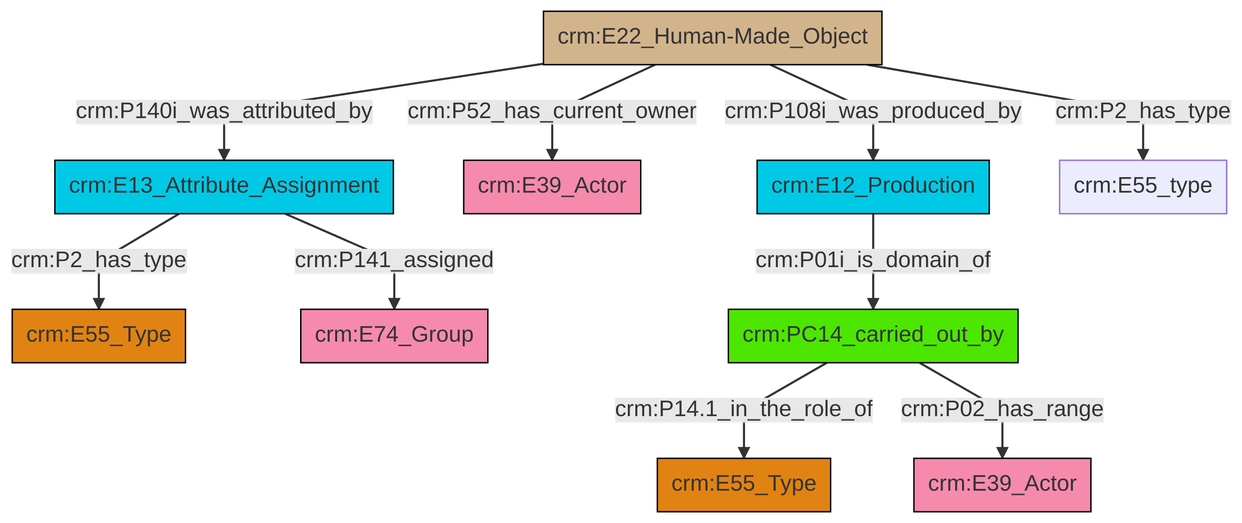
Above: et/builtWorkCSV/ttl/mmd/png/Built_Work_actor_relations.png in swiss-art-research-net/docs.swissartresearch (Mermaid), before the change. Its source is kept beside it as et/builtWorkCSV/ttl/mmd/Built_Work_actor_relations.ttl.mmd.
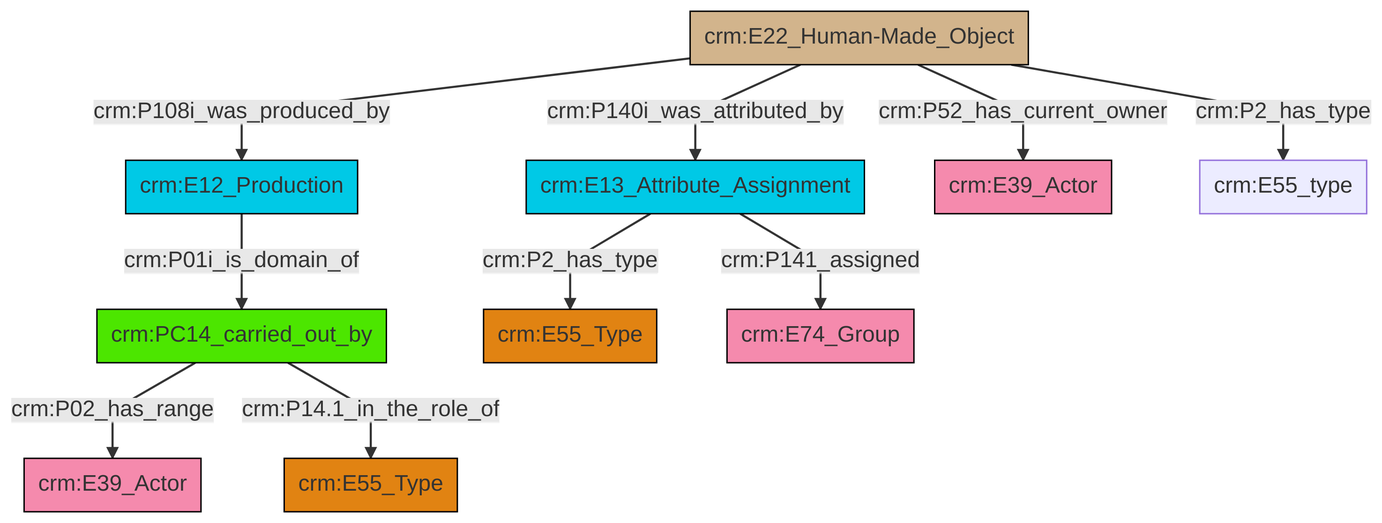
Later version of the same file.

The edit, as a diff of the source:
```diff
@@ -13,12 +13,12 @@
 classDef PC_Classes fill:#4ce600, stroke:#000000;
 classDef Multi fill:#cccccc,stroke:#000000;
 
-2["crm:E22_Human-Made_Object"]:::Physical_Thing -->|crm:P140i_was_attributed_by| 4["crm:E13_Attribute_Assignment"]:::Temporal_Entity
-4["crm:E13_Attribute_Assignment"]:::Temporal_Entity -->|crm:P141_assigned| 5["crm:E74_Group"]:::Actor
-2["crm:E22_Human-Made_Object"]:::Physical_Thing -->|crm:P52_has_current_owner| 6["crm:E39_Actor"]:::Actor
-9["crm:PC14_carried_out_by"]:::PC_Classes -->|crm:P14.1_in_the_role_of| 10["crm:E55_Type"]:::Type
-2["crm:E22_Human-Made_Object"]:::Physical_Thing -->|crm:P108i_was_produced_by| 12["crm:E12_Production"]:::Temporal_Entity
-9["crm:PC14_carried_out_by"]:::PC_Classes -->|crm:P02_has_range| 15["crm:E39_Actor"]:::Actor
-2["crm:E22_Human-Made_Object"]:::Physical_Thing -->|crm:P2_has_type| 17["crm:E55_type"]:::Default
-12["crm:E12_Production"]:::Temporal_Entity -->|crm:P01i_is_domain_of| 9["crm:PC14_carried_out_by"]:::PC_Classes
-4["crm:E13_Attribute_Assignment"]:::Temporal_Entity -->|crm:P2_has_type| 0["crm:E55_Type"]:::Type
+2["crm:E12_Production"]:::Temporal_Entity -->|crm:P01i_is_domain_of| 3["crm:PC14_carried_out_by"]:::PC_Classes
+3["crm:PC14_carried_out_by"]:::PC_Classes -->|crm:P02_has_range| 7["crm:E39_Actor"]:::Actor
+8["crm:E22_Human-Made_Object"]:::Physical_Thing -->|crm:P108i_was_produced_by| 2["crm:E12_Production"]:::Temporal_Entity
+8["crm:E22_Human-Made_Object"]:::Physical_Thing -->|crm:P140i_was_attributed_by| 0["crm:E13_Attribute_Assignment"]:::Temporal_Entity
+3["crm:PC14_carried_out_by"]:::PC_Classes -->|crm:P14.1_in_the_role_of| 13["crm:E55_Type"]:::Type
+8["crm:E22_Human-Made_Object"]:::Physical_Thing -->|crm:P52_has_current_owner| 4["crm:E39_Actor"]:::Actor
+0["crm:E13_Attribute_Assignment"]:::Temporal_Entity -->|crm:P141_assigned| 17["crm:E74_Group"]:::Actor
+8["crm:E22_Human-Made_Object"]:::Physical_Thing -->|crm:P2_has_type| 10["crm:E55_type"]:::Default
+0["crm:E13_Attribute_Assignment"]:::Temporal_Entity -->|crm:P2_has_type| 14["crm:E55_Type"]:::Type
```
